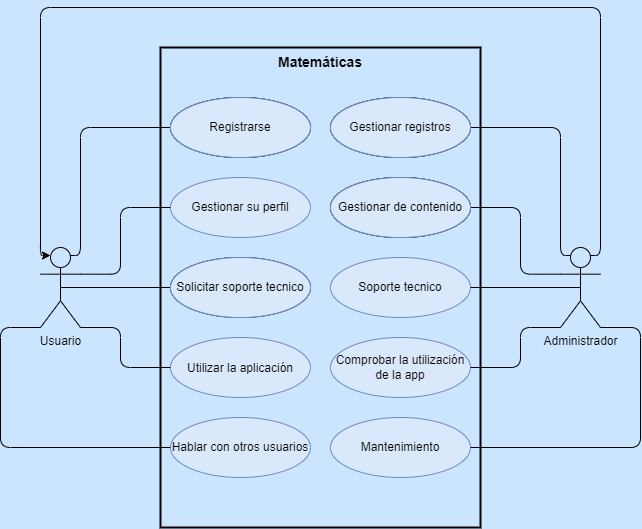
Before: img/matematicas.drawio.png, a diagram exported from draw.io (alexfdb/matematicas-app). Source tidied: cells renumbered, new cells last; positions are measured from the earlier drawing's top-left corner, leaving out a move shared by most shapes.
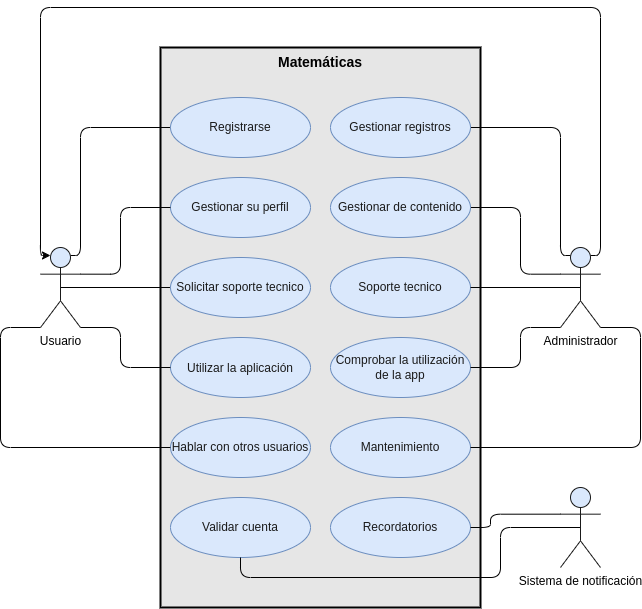
Later version of the same file.

The edit, as a diff of the source:
```diff
@@ -1,44 +1,32 @@
-<mxGraphModel background="#CCE5FF">
+<mxGraphModel background="#FFFFFF">
   <root>
     <mxCell id="0" />
     <mxCell id="1" parent="0" />
-    <mxCell id="2" value="&lt;font style=&quot;font-size: 14px;&quot;&gt;Matemáticas&lt;/font&gt;" style="shape=rect;html=1;verticalAlign=top;fontStyle=1;whiteSpace=wrap;align=center;fillColor=none;strokeWidth=2;" parent="1" vertex="1">
-      <mxGeometry x="160" y="40" width="320" height="480" as="geometry" />
+    <mxCell id="2" value="&lt;font style=&quot;font-size: 14px;&quot;&gt;Matemáticas&lt;/font&gt;" style="shape=rect;html=1;verticalAlign=top;fontStyle=1;whiteSpace=wrap;align=center;fillColor=#E6E6E6;strokeWidth=2;" parent="1" vertex="1">
+      <mxGeometry x="160" y="40" width="320" height="560" as="geometry" />
     </mxCell>
-    <mxCell id="3" value="Registrarse" style="ellipse;whiteSpace=wrap;html=1;fillColor=#bac8d3;strokeColor=#23445d;" parent="1" vertex="1">
-      <mxGeometry x="170" y="90" width="140" height="60" as="geometry" />
-    </mxCell>
-    <mxCell id="4" value="Gestionar su perfil" style="ellipse;whiteSpace=wrap;html=1;fillColor=#dae8fc;strokeColor=#6c8ebf;" parent="1" vertex="1">
+    <mxCell id="4" value="Gestionar su perfil" style="ellipse;whiteSpace=wrap;html=1;fillColor=#dae8fc;strokeColor=#6c8ebf;fillStyle=auto;fontColor=#1A1A1A;" parent="1" vertex="1">
       <mxGeometry x="170" y="170" width="140" height="60" as="geometry" />
     </mxCell>
-    <mxCell id="5" value="Solicitar soporte tecnico" style="ellipse;whiteSpace=wrap;html=1;fillColor=#bac8d3;strokeColor=#23445d;" parent="1" vertex="1">
-      <mxGeometry x="170" y="250" width="140" height="60" as="geometry" />
-    </mxCell>
-    <mxCell id="6" value="&lt;font style=&quot;font-size: 12px;&quot;&gt;Utilizar la aplicación&lt;/font&gt;" style="ellipse;whiteSpace=wrap;html=1;fontSize=14;fillColor=#dae8fc;strokeColor=#6c8ebf;" parent="1" vertex="1">
+    <mxCell id="6" value="&lt;font style=&quot;font-size: 12px;&quot;&gt;Utilizar la aplicación&lt;/font&gt;" style="ellipse;whiteSpace=wrap;html=1;fontSize=14;fillColor=#dae8fc;strokeColor=#6c8ebf;fillStyle=auto;fontColor=#1A1A1A;" parent="1" vertex="1">
       <mxGeometry x="170" y="330" width="140" height="60" as="geometry" />
     </mxCell>
-    <mxCell id="7" value="Hablar con otros usuarios" style="ellipse;whiteSpace=wrap;html=1;fontSize=12;fillColor=#dae8fc;strokeColor=#6c8ebf;" parent="1" vertex="1">
+    <mxCell id="7" value="Hablar con otros usuarios" style="ellipse;whiteSpace=wrap;html=1;fontSize=12;fillColor=#dae8fc;strokeColor=#6c8ebf;fillStyle=auto;fontColor=#1A1A1A;" parent="1" vertex="1">
       <mxGeometry x="170" y="410" width="140" height="60" as="geometry" />
     </mxCell>
-    <mxCell id="8" value="Gestionar de contenido" style="ellipse;whiteSpace=wrap;html=1;fontSize=12;fillColor=#bac8d3;strokeColor=#23445d;" parent="1" vertex="1">
-      <mxGeometry x="330" y="170" width="140" height="60" as="geometry" />
-    </mxCell>
-    <mxCell id="9" value="Mantenimiento" style="ellipse;whiteSpace=wrap;html=1;fontSize=12;fillColor=#dae8fc;strokeColor=#6c8ebf;" parent="1" vertex="1">
+    <mxCell id="9" value="Mantenimiento" style="ellipse;whiteSpace=wrap;html=1;fontSize=12;fillColor=#dae8fc;strokeColor=#6c8ebf;fillStyle=auto;fontColor=#1A1A1A;" parent="1" vertex="1">
       <mxGeometry x="330" y="410" width="140" height="60" as="geometry" />
     </mxCell>
-    <mxCell id="10" value="Soporte tecnico" style="ellipse;whiteSpace=wrap;html=1;fontSize=12;fillColor=#dae8fc;strokeColor=#6c8ebf;" parent="1" vertex="1">
+    <mxCell id="10" value="Soporte tecnico" style="ellipse;whiteSpace=wrap;html=1;fontSize=12;fillColor=#dae8fc;strokeColor=#6c8ebf;fillStyle=auto;fontColor=#1A1A1A;" parent="1" vertex="1">
       <mxGeometry x="330" y="250" width="140" height="60" as="geometry" />
     </mxCell>
-    <mxCell id="11" value="Comprobar la utilización de la app" style="ellipse;whiteSpace=wrap;html=1;fontSize=12;fillColor=#dae8fc;strokeColor=#6c8ebf;" parent="1" vertex="1">
+    <mxCell id="11" value="Comprobar la utilización de la app" style="ellipse;whiteSpace=wrap;html=1;fontSize=12;fillColor=#dae8fc;strokeColor=#6c8ebf;fillStyle=auto;fontColor=#1A1A1A;" parent="1" vertex="1">
       <mxGeometry x="330" y="330" width="140" height="60" as="geometry" />
     </mxCell>
-    <mxCell id="12" value="Gestionar registros" style="ellipse;whiteSpace=wrap;html=1;fontSize=12;fillColor=#bac8d3;strokeColor=#23445d;" parent="1" vertex="1">
-      <mxGeometry x="330" y="90" width="140" height="60" as="geometry" />
-    </mxCell>
-    <mxCell id="13" style="edgeStyle=orthogonalEdgeStyle;html=1;exitX=0.5;exitY=0.5;exitDx=0;exitDy=0;exitPerimeter=0;entryX=0;entryY=0.5;entryDx=0;entryDy=0;fontSize=12;endArrow=none;endFill=0;" parent="1" edge="1" source="18" target="5">
+    <mxCell id="13" style="edgeStyle=orthogonalEdgeStyle;html=1;exitX=0.5;exitY=0.5;exitDx=0;exitDy=0;exitPerimeter=0;entryX=0;entryY=0.5;entryDx=0;entryDy=0;fontSize=12;endArrow=none;endFill=0;" parent="1" edge="1" source="18" target="36">
       <mxGeometry relative="1" as="geometry" />
     </mxCell>
-    <mxCell id="14" style="edgeStyle=orthogonalEdgeStyle;html=1;exitX=0.75;exitY=0.1;exitDx=0;exitDy=0;exitPerimeter=0;entryX=0;entryY=0.5;entryDx=0;entryDy=0;fontSize=12;endArrow=none;endFill=0;" parent="1" edge="1" source="18" target="3">
+    <mxCell id="14" style="edgeStyle=orthogonalEdgeStyle;html=1;exitX=0.75;exitY=0.1;exitDx=0;exitDy=0;exitPerimeter=0;entryX=0;entryY=0.5;entryDx=0;entryDy=0;fontSize=12;endArrow=none;endFill=0;" parent="1" edge="1" source="18" target="33">
       <mxGeometry relative="1" as="geometry">
         <Array as="points">
           <mxPoint x="80" y="248" />
@@ -70,13 +58,13 @@
         </Array>
       </mxGeometry>
     </mxCell>
-    <mxCell id="18" value="Usuario" style="shape=umlActor;html=1;verticalLabelPosition=bottom;verticalAlign=top;align=center;fontSize=12;fillColor=none;" parent="1" vertex="1">
+    <mxCell id="18" value="Usuario" style="shape=umlActor;html=1;verticalLabelPosition=bottom;verticalAlign=top;align=center;fontSize=12;fillColor=#dae8fc;strokeColor=#1A1A1A;" parent="1" vertex="1">
       <mxGeometry x="40" y="240" width="40" height="80" as="geometry" />
     </mxCell>
     <mxCell id="19" style="edgeStyle=orthogonalEdgeStyle;html=1;exitX=0.5;exitY=0.5;exitDx=0;exitDy=0;exitPerimeter=0;entryX=1;entryY=0.5;entryDx=0;entryDy=0;fontSize=12;endArrow=none;endFill=0;" parent="1" edge="1" source="25" target="10">
       <mxGeometry relative="1" as="geometry" />
     </mxCell>
-    <mxCell id="20" style="edgeStyle=orthogonalEdgeStyle;html=1;exitX=0;exitY=0.3333333333333333;exitDx=0;exitDy=0;exitPerimeter=0;entryX=1;entryY=0.5;entryDx=0;entryDy=0;fontSize=12;endArrow=none;endFill=0;" parent="1" edge="1" source="25" target="8">
+    <mxCell id="20" style="edgeStyle=orthogonalEdgeStyle;html=1;exitX=0;exitY=0.3333333333333333;exitDx=0;exitDy=0;exitPerimeter=0;entryX=1;entryY=0.5;entryDx=0;entryDy=0;fontSize=12;endArrow=none;endFill=0;" parent="1" edge="1" source="25" target="35">
       <mxGeometry relative="1" as="geometry">
         <Array as="points">
           <mxPoint x="520" y="267" />
@@ -84,7 +72,7 @@
         </Array>
       </mxGeometry>
     </mxCell>
-    <mxCell id="21" style="edgeStyle=orthogonalEdgeStyle;html=1;exitX=0.25;exitY=0.1;exitDx=0;exitDy=0;exitPerimeter=0;entryX=1;entryY=0.5;entryDx=0;entryDy=0;fontSize=12;endArrow=none;endFill=0;" parent="1" edge="1" source="25" target="12">
+    <mxCell id="21" style="edgeStyle=orthogonalEdgeStyle;html=1;exitX=0.25;exitY=0.1;exitDx=0;exitDy=0;exitPerimeter=0;entryX=1;entryY=0.5;entryDx=0;entryDy=0;fontSize=12;endArrow=none;endFill=0;" parent="1" edge="1" source="25" target="34">
       <mxGeometry relative="1" as="geometry">
         <Array as="points">
           <mxPoint x="560" y="248" />
@@ -118,41 +106,46 @@
         </Array>
       </mxGeometry>
     </mxCell>
-    <mxCell id="25" value="Administrador" style="shape=umlActor;html=1;verticalLabelPosition=bottom;verticalAlign=top;align=center;fontSize=12;fillColor=none;" parent="1" vertex="1">
+    <mxCell id="25" value="Administrador" style="shape=umlActor;html=1;verticalLabelPosition=bottom;verticalAlign=top;align=center;fontSize=12;fillColor=#dae8fc;strokeColor=#1A1A1A;" parent="1" vertex="1">
       <mxGeometry x="560" y="240" width="40" height="80" as="geometry" />
     </mxCell>
-    <mxCell id="26" value="Registrarse" style="ellipse;whiteSpace=wrap;html=1;fillColor=#bac8d3;strokeColor=#23445d;" parent="1" vertex="1">
-      <mxGeometry x="170" y="90" width="140" height="60" as="geometry" />
-    </mxCell>
-    <mxCell id="27" value="Gestionar registros" style="ellipse;whiteSpace=wrap;html=1;fontSize=12;fillColor=#bac8d3;strokeColor=#23445d;" parent="1" vertex="1">
-      <mxGeometry x="330" y="90" width="140" height="60" as="geometry" />
-    </mxCell>
-    <mxCell id="28" value="Gestionar de contenido" style="ellipse;whiteSpace=wrap;html=1;fontSize=12;fillColor=#bac8d3;strokeColor=#23445d;" parent="1" vertex="1">
-      <mxGeometry x="330" y="170" width="140" height="60" as="geometry" />
-    </mxCell>
-    <mxCell id="29" value="Registrarse" style="ellipse;whiteSpace=wrap;html=1;fillColor=#bac8d3;strokeColor=#23445d;" parent="1" vertex="1">
-      <mxGeometry x="170" y="90" width="140" height="60" as="geometry" />
-    </mxCell>
-    <mxCell id="30" value="Gestionar registros" style="ellipse;whiteSpace=wrap;html=1;fontSize=12;fillColor=#bac8d3;strokeColor=#23445d;" parent="1" vertex="1">
-      <mxGeometry x="330" y="90" width="140" height="60" as="geometry" />
-    </mxCell>
-    <mxCell id="31" value="Gestionar de contenido" style="ellipse;whiteSpace=wrap;html=1;fontSize=12;fillColor=#bac8d3;strokeColor=#23445d;" parent="1" vertex="1">
-      <mxGeometry x="330" y="170" width="140" height="60" as="geometry" />
-    </mxCell>
-    <mxCell id="32" value="Solicitar soporte tecnico" style="ellipse;whiteSpace=wrap;html=1;fillColor=#bac8d3;strokeColor=#23445d;" parent="1" vertex="1">
-      <mxGeometry x="170" y="250" width="140" height="60" as="geometry" />
-    </mxCell>
-    <mxCell id="33" value="Registrarse" style="ellipse;whiteSpace=wrap;html=1;fillColor=#dae8fc;strokeColor=#6c8ebf;" parent="1" vertex="1">
+    <mxCell id="33" value="Registrarse" style="ellipse;whiteSpace=wrap;html=1;fillColor=#dae8fc;strokeColor=#6c8ebf;fillStyle=auto;fontColor=#1A1A1A;" parent="1" vertex="1">
       <mxGeometry x="170" y="90" width="140" height="60" as="geometry" />
     </mxCell>
-    <mxCell id="34" value="Gestionar registros" style="ellipse;whiteSpace=wrap;html=1;fontSize=12;fillColor=#dae8fc;strokeColor=#6c8ebf;" parent="1" vertex="1">
+    <mxCell id="34" value="Gestionar registros" style="ellipse;whiteSpace=wrap;html=1;fontSize=12;fillColor=#dae8fc;strokeColor=#6c8ebf;fillStyle=auto;fontColor=#1A1A1A;" parent="1" vertex="1">
       <mxGeometry x="330" y="90" width="140" height="60" as="geometry" />
     </mxCell>
-    <mxCell id="35" value="Gestionar de contenido" style="ellipse;whiteSpace=wrap;html=1;fontSize=12;fillColor=#dae8fc;strokeColor=#6c8ebf;" parent="1" vertex="1">
+    <mxCell id="35" value="Gestionar de contenido" style="ellipse;whiteSpace=wrap;html=1;fontSize=12;fillColor=#dae8fc;strokeColor=#6c8ebf;fillStyle=auto;fontColor=#1A1A1A;" parent="1" vertex="1">
       <mxGeometry x="330" y="170" width="140" height="60" as="geometry" />
     </mxCell>
-    <mxCell id="36" value="Solicitar soporte tecnico" style="ellipse;whiteSpace=wrap;html=1;fillColor=#dae8fc;strokeColor=#6c8ebf;" parent="1" vertex="1">
+    <mxCell id="36" value="Solicitar soporte tecnico" style="ellipse;whiteSpace=wrap;html=1;fillColor=#dae8fc;strokeColor=#6c8ebf;fillStyle=auto;fontColor=#1A1A1A;" parent="1" vertex="1">
       <mxGeometry x="170" y="250" width="140" height="60" as="geometry" />
     </mxCell>
+    <mxCell id="37" value="Validar cuenta" style="ellipse;whiteSpace=wrap;html=1;fillColor=#dae8fc;strokeColor=#6c8ebf;fillStyle=auto;fontColor=#1A1A1A;" parent="1" vertex="1">
+      <mxGeometry x="170" y="490" width="140" height="60" as="geometry" />
+    </mxCell>
+    <mxCell id="38" value="Recordatorios" style="ellipse;whiteSpace=wrap;html=1;fillColor=#dae8fc;strokeColor=#6c8ebf;fillStyle=auto;fontColor=#1A1A1A;" parent="1" vertex="1">
+      <mxGeometry x="330" y="490" width="140" height="60" as="geometry" />
+    </mxCell>
+    <mxCell id="39" style="edgeStyle=orthogonalEdgeStyle;html=1;exitX=0.5;exitY=0.5;exitDx=0;exitDy=0;exitPerimeter=0;entryX=0.5;entryY=1;entryDx=0;entryDy=0;endArrow=none;endFill=0;" parent="1" edge="1" source="41" target="37">
+      <mxGeometry relative="1" as="geometry">
+        <Array as="points">
+          <mxPoint x="500" y="520" />
+          <mxPoint x="500" y="570" />
+          <mxPoint x="240" y="570" />
+        </Array>
+      </mxGeometry>
+    </mxCell>
+    <mxCell id="40" style="edgeStyle=orthogonalEdgeStyle;html=1;exitX=0;exitY=0.3333333333333333;exitDx=0;exitDy=0;exitPerimeter=0;entryX=1;entryY=0.5;entryDx=0;entryDy=0;endArrow=none;endFill=0;" parent="1" edge="1" source="41" target="38">
+      <mxGeometry relative="1" as="geometry">
+        <Array as="points">
+          <mxPoint x="490" y="507" />
+          <mxPoint x="490" y="520" />
+        </Array>
+      </mxGeometry>
+    </mxCell>
+    <mxCell id="41" value="Sistema de notificación" style="shape=umlActor;html=1;verticalLabelPosition=bottom;verticalAlign=top;align=center;fillColor=#dae8fc;strokeColor=#1A1A1A;" parent="1" vertex="1">
+      <mxGeometry x="560" y="480" width="40" height="80" as="geometry" />
+    </mxCell>
   </root>
 </mxGraphModel>
```
